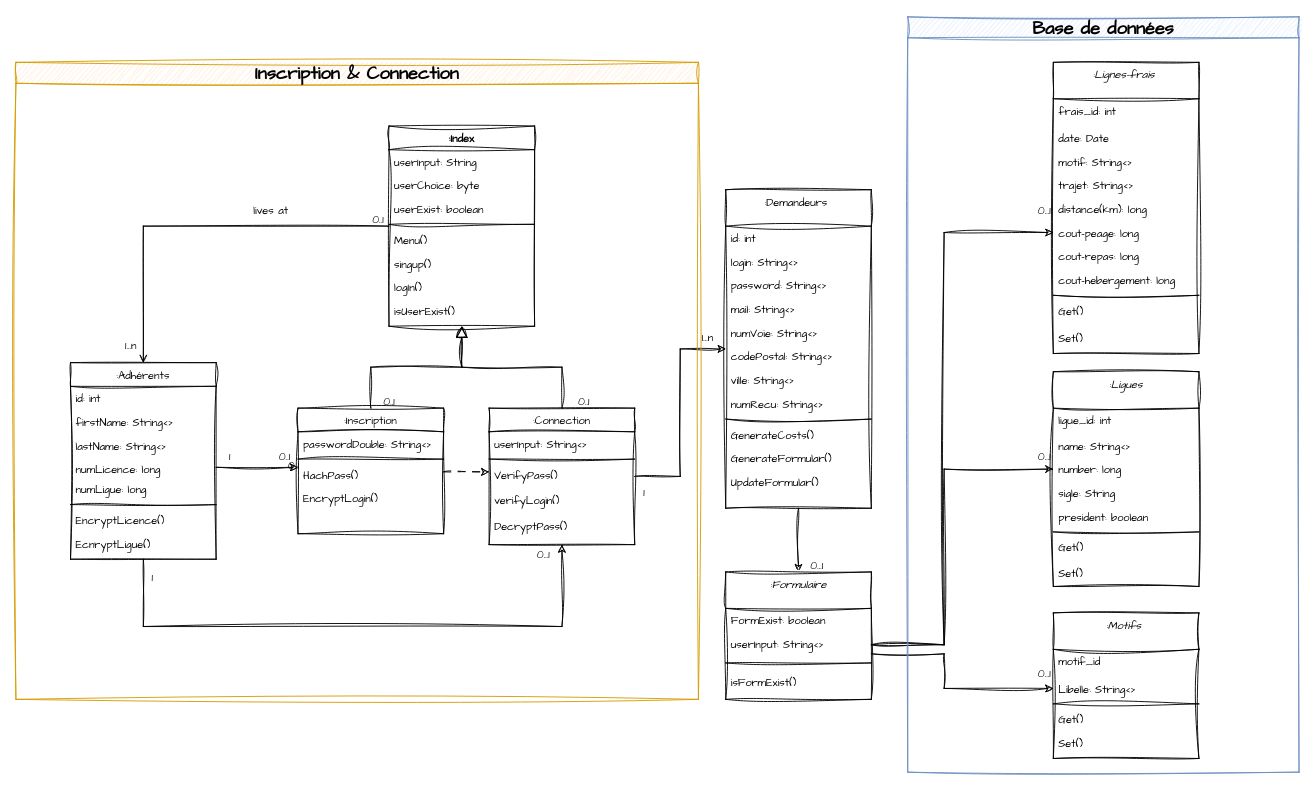
The draw.io diagram NoteDeFrais_Classes.drawio in PlumCreativ/NoteDeFrais, before the edit. Source tidied: cells renumbered, new cells numbered last; positions are measured from the earlier drawing's top-left corner, leaving out a move shared by most shapes. Both pictures are drawn from the tidied source at 91%, with x=0, y=0 at pixel (15, 16).
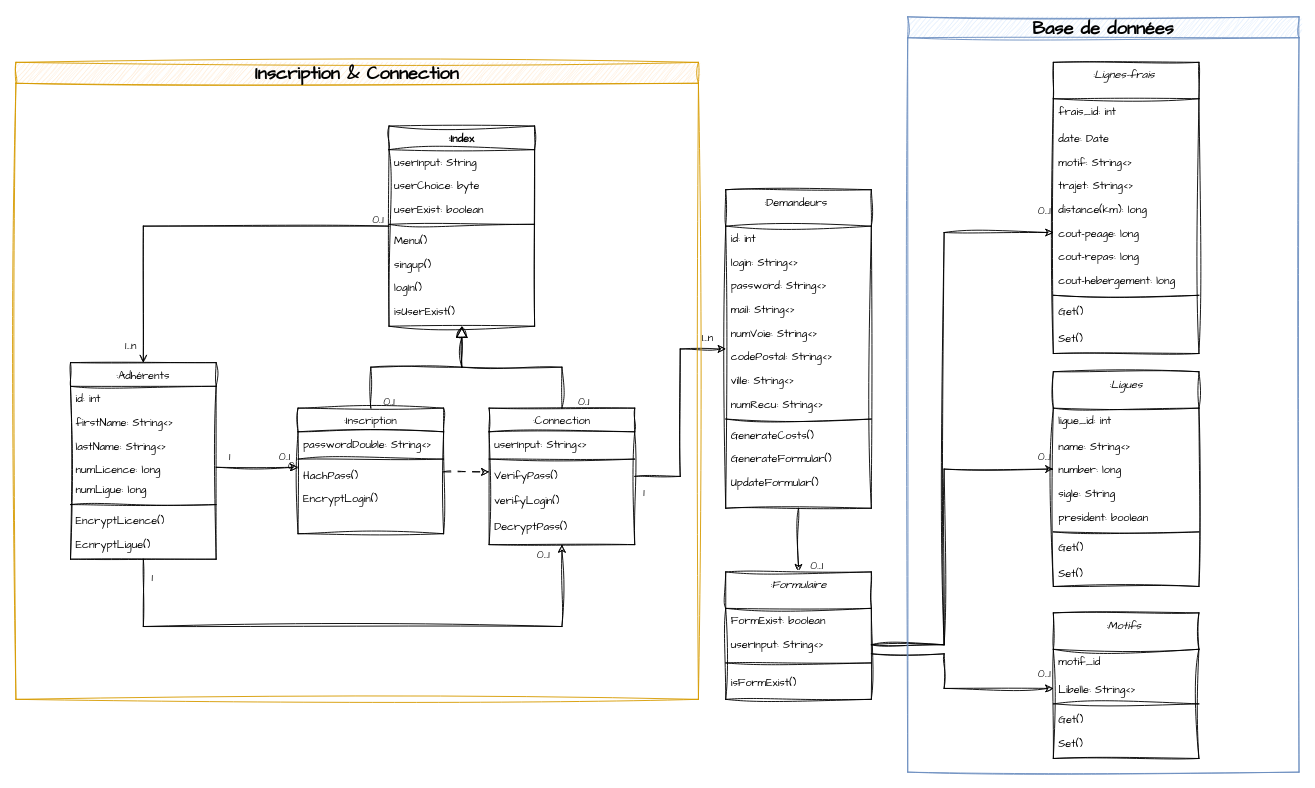
After the change.

Commit message:
Mettre à jour NoteDeFrais_Classes.drawio

The change refers to these unchanged cells:
```xml
<mxCell id="31" style="endArrow=open;shadow=0;strokeWidth=1;rounded=0;endFill=1;edgeStyle=orthogonalEdgeStyle;elbow=vertical;fontFamily=Architects Daughter;sketch=1;curveFitting=1;jiggle=2;" parent="1" edge="1" source="2" target="22">
  <mxGeometry x="0.5" y="41" relative="1" as="geometry">
    <mxPoint x="-40" y="32" as="offset" />
  </mxGeometry>
</mxCell>
```

Change to the diagram source:
```diff
@@
-    <mxCell id="34" value="lives at" style="text;align=center;verticalAlign=middle;labelBackgroundColor=none;rounded=0;shadow=0;strokeWidth=1;fontSize=12;fontFamily=Architects Daughter;horizontal=1;" parent="31" vertex="1">
-      <mxGeometry x="0.5" y="49" relative="1" as="geometry">
-        <mxPoint x="91" y="-63" as="offset" />
-      </mxGeometry>
-    </mxCell>
```
